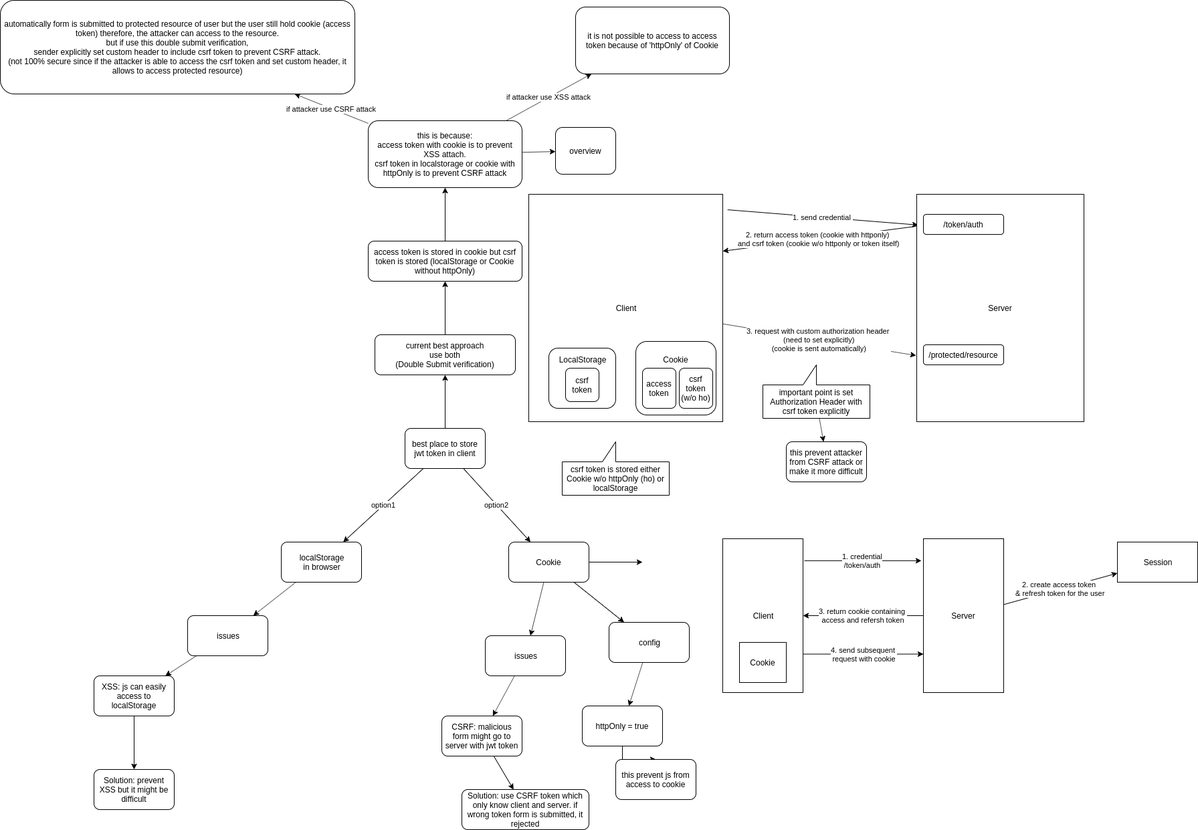
stsiwo/security_concept keeps this draw.io diagram as jwt_storage_location.PNG. Above is the earlier version. Source tidied: cells renumbered, new cells last; positions are measured from the earlier drawing's top-left corner, leaving out a move shared by most shapes.
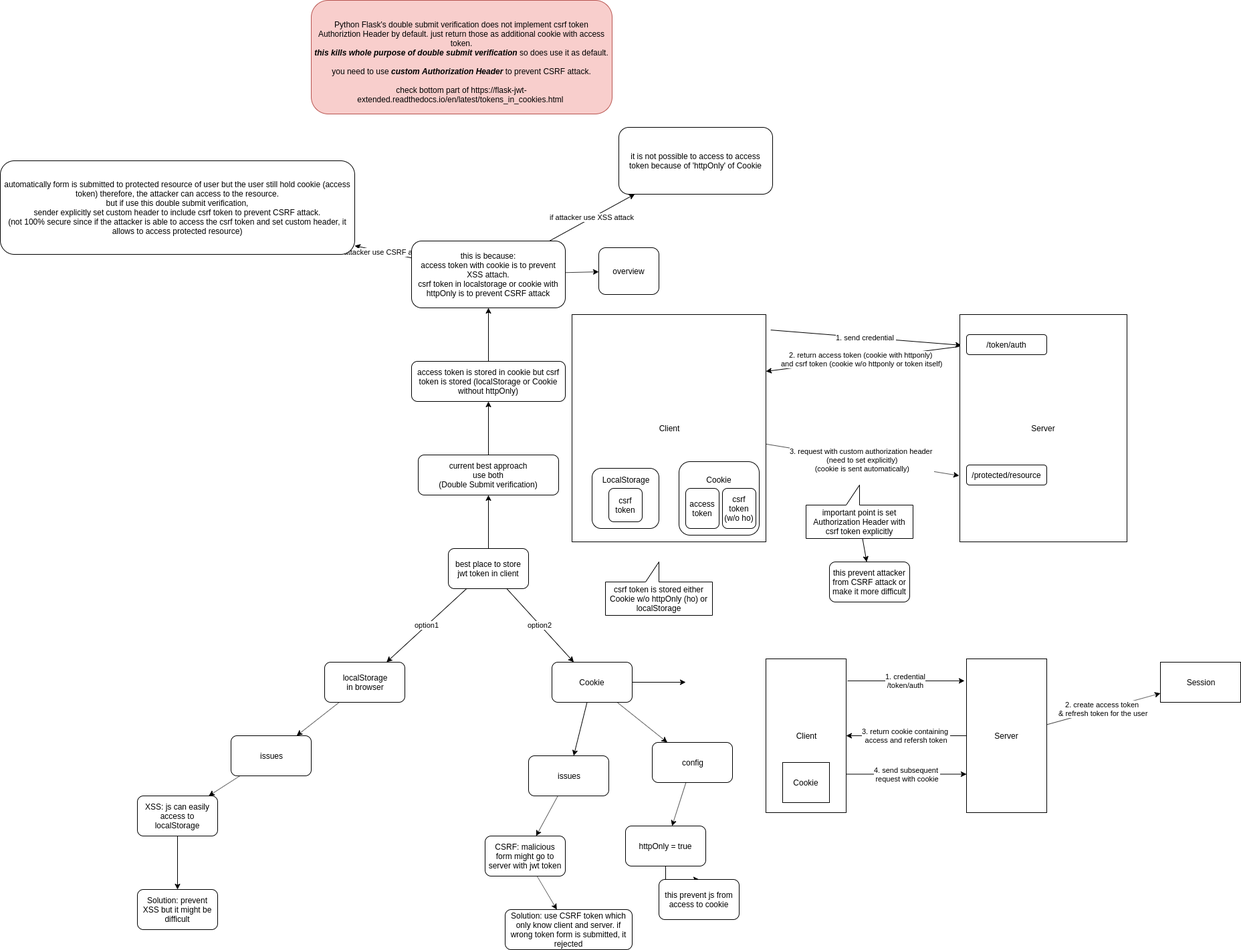
Later version of the same file.

What changed in the source:
```diff
@@ -45,7 +45,7 @@
       <mxGeometry x="860" y="10" width="230" height="100" as="geometry" />
     </mxCell>
     <mxCell id="16" value="automatically form is submitted to protected resource of user but the user still hold cookie (access token) therefore, the attacker can access to the resource.&lt;br&gt;but if use this double submit verification,&lt;br&gt;sender explicitly set custom header to include csrf token to prevent CSRF attack.&lt;br&gt;(not 100% secure since if the attacker is able to access the csrf token and set custom header, it allows to access protected resource)&lt;br&gt;" style="rounded=1;whiteSpace=wrap;html=1;" parent="1" vertex="1">
-      <mxGeometry width="530" height="140" as="geometry" />
+      <mxGeometry x="-65" y="60" width="530" height="140" as="geometry" />
     </mxCell>
     <mxCell id="17" style="edgeStyle=none;rounded=0;jettySize=auto;html=1;" parent="1" edge="1" source="18" target="20">
       <mxGeometry relative="1" as="geometry" />
@@ -184,5 +184,8 @@
     <mxCell id="61" value="this prevent attacker from CSRF attack or make it more difficult" style="rounded=1;whiteSpace=wrap;html=1;" parent="1" vertex="1">
       <mxGeometry x="1175" y="660" width="120" height="60" as="geometry" />
     </mxCell>
+    <mxCell id="62" value="Python Flask's double submit verification does not implement csrf token Authoriztion Header by default. just return those as additional cookie with access token.&lt;br&gt;&lt;b&gt;&lt;i&gt;this kills whole purpose of double submit verification&lt;/i&gt;&lt;/b&gt; so does use it as default.&lt;br&gt;&lt;br&gt;you need to use &lt;b&gt;&lt;i&gt;custom Authorization Header&lt;/i&gt;&lt;/b&gt; to prevent CSRF attack.&lt;br&gt;&lt;br&gt;check bottom part of&amp;nbsp;&lt;a href=&quot;https://flask-jwt-extended.readthedocs.io/en/latest/tokens_in_cookies.html&quot;&gt;https://flask-jwt-extended.readthedocs.io/en/latest/tokens_in_cookies.html&lt;/a&gt;&amp;nbsp;" style="rounded=1;whiteSpace=wrap;html=1;fillColor=#f8cecc;strokeColor=#b85450;" parent="1" vertex="1">
+      <mxGeometry x="400" y="-180" width="450" height="170" as="geometry" />
+    </mxCell>
   </root>
 </mxGraphModel>
```
